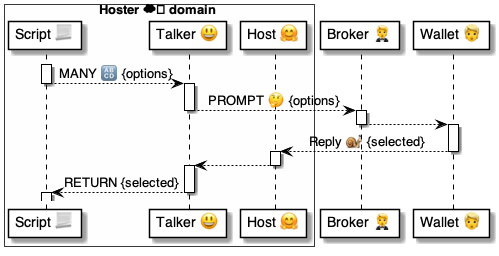
Before: 4 ⚙️ Solution/35 💬 Chats/Prompts 🤔/🤔✏️ Prompt inputs/MANY 🔠/🔠 MANY ⚙️ uml.png, a diagram exported from PlantUML (pollyweb-org/pollyweb-docs). Its source is kept beside it as 4 ⚙️ Solution/35 💬 Chats/Prompts 🤔/🤔✏️ Prompt inputs/MANY 🔠/🔠 MANY ⚙️ uml.puml.
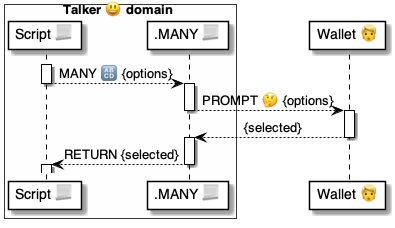
The same file after the commit.

Change to the diagram source:
```diff
@@ -1,38 +1,27 @@
 @startuml SHARE
 
-box Hoster ☁️ domain #FFFFFA
+box Talker 😃 domain #FFFFFA
     participant "Script 📃" as script
-    participant "Talker 😃" as talker
-    participant "Host 🤗" as host
+    participant ".MANY 📃" as many
 end box
 
-
-participant "Broker 🤵" as broker
 participant "Wallet 👱" as wallet
 
 activate script
-    script --> talker: MANY 🔠 {options}
+    script --> many: MANY 🔠 {options}
 deactivate script
 
-activate talker
-    talker --> broker: PROMPT 🤔 {options}
-deactivate talker
-
-activate broker
-    broker --> wallet:
-deactivate broker
+activate many
+    many --> wallet: PROMPT 🤔 {options}
+deactivate many
 
 activate wallet
-    wallet --> host: Reply 🐌 {selected}
+    wallet --> many: {selected}
 deactivate wallet
 
-activate host
-    host --> talker:
-deactivate host
-
-activate talker
-    talker --> script: RETURN {selected}
-deactivate talker
+activate many
+    many --> script: RETURN {selected}
+deactivate many
 
 activate script
 deactivate script
```
